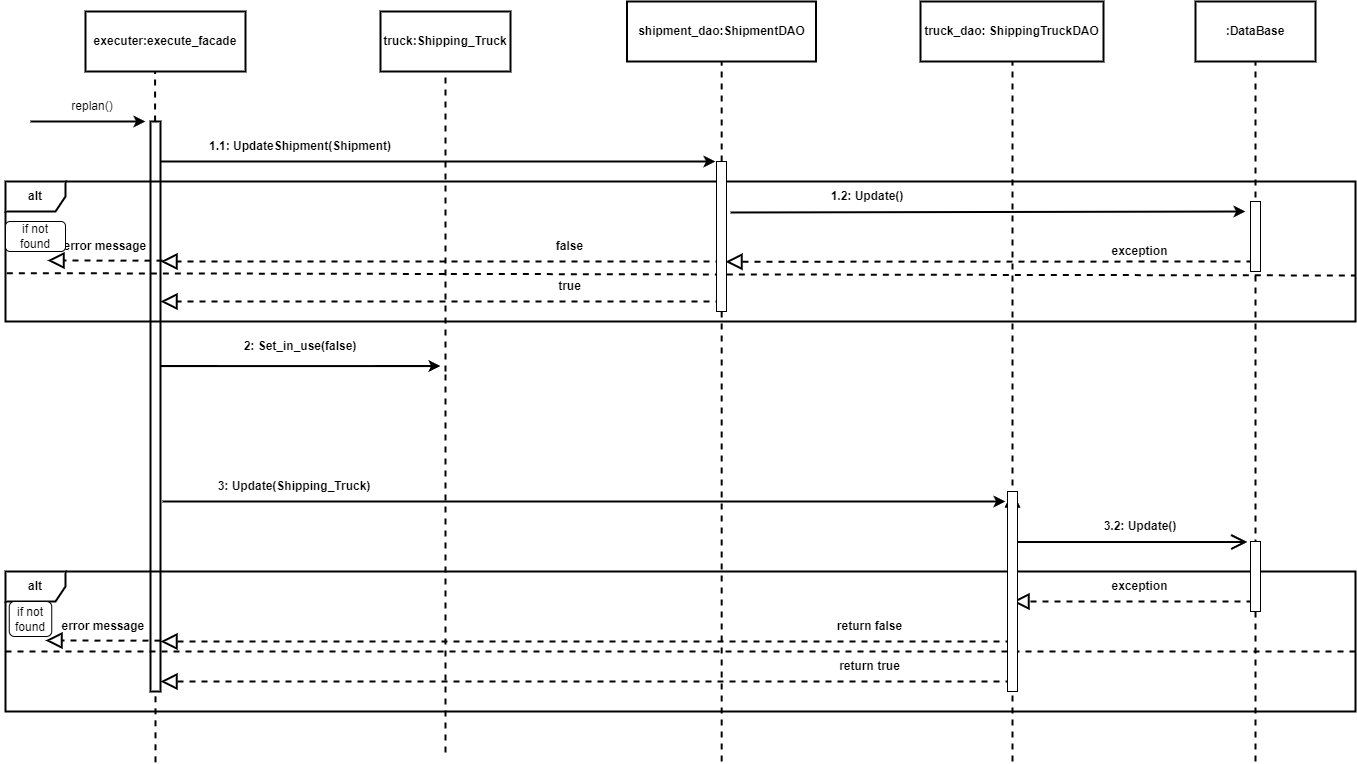
This is C4 - replan.drawio.png from omerad1/drw, a draw.io export, as it was before one commit. Source tidied: cells renumbered, new cells last; positions are measured from the earlier drawing's top-left corner, leaving out a move shared by most shapes.
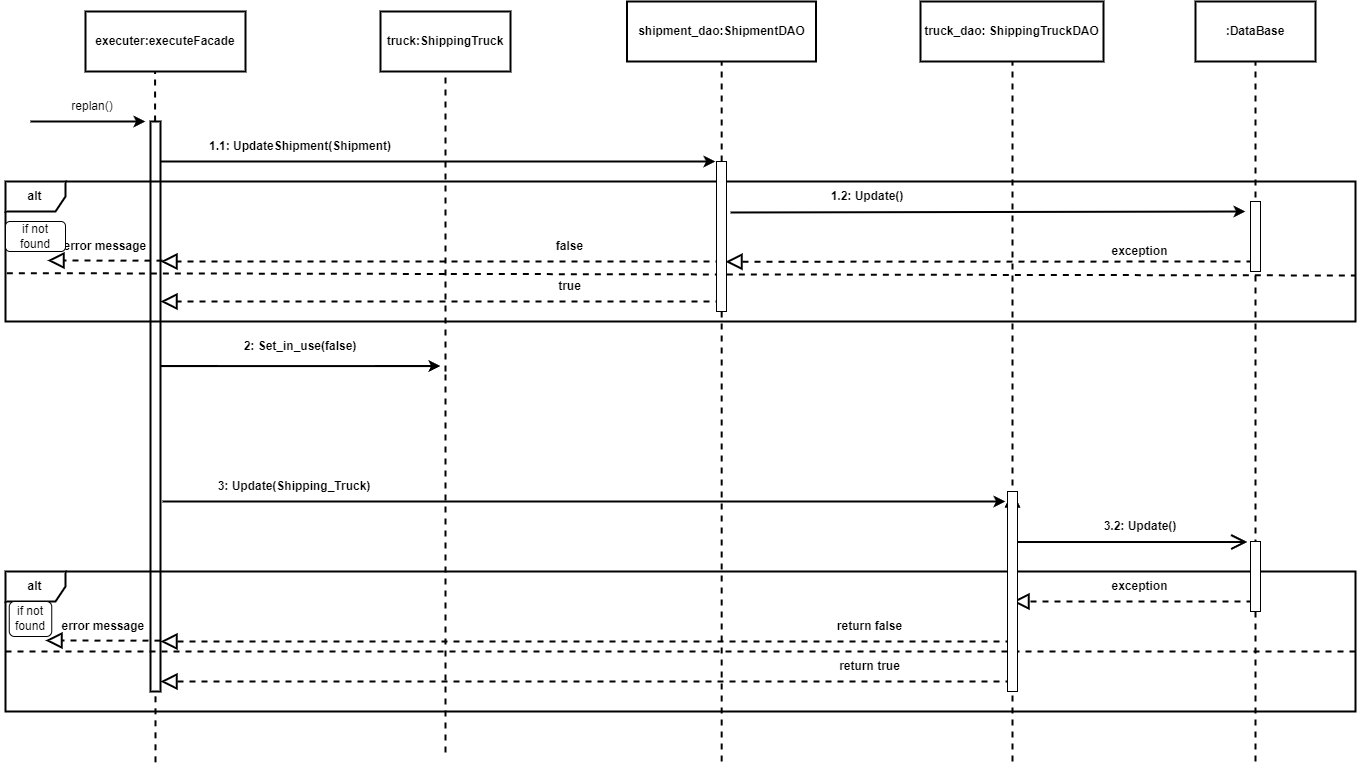
After the commit.

The edit, as a diff of the source:
```diff
@@ -2,10 +2,10 @@
   <root>
     <mxCell id="0" />
     <mxCell id="1" parent="0" />
-    <mxCell id="2" value="truck:Shipping_Truck" style="rounded=0;whiteSpace=wrap;html=1;fontStyle=1;strokeWidth=2;" parent="1" vertex="1">
+    <mxCell id="2" value="truck:ShippingTruck" style="rounded=0;whiteSpace=wrap;html=1;fontStyle=1;strokeWidth=2;" parent="1" vertex="1">
       <mxGeometry x="380" y="10" width="130" height="60" as="geometry" />
     </mxCell>
-    <mxCell id="3" value="executer:execute_facade" style="rounded=0;whiteSpace=wrap;html=1;fontStyle=1;strokeWidth=2;" parent="1" vertex="1">
+    <mxCell id="3" value="executer:executeFacade" style="rounded=0;whiteSpace=wrap;html=1;fontStyle=1;strokeWidth=2;" parent="1" vertex="1">
       <mxGeometry x="85" y="10" width="160" height="60" as="geometry" />
     </mxCell>
     <mxCell id="4" style="endArrow=none;dashed=1;html=1;rounded=0;fontStyle=1;strokeWidth=2;" parent="1" edge="1" source="24">
```
